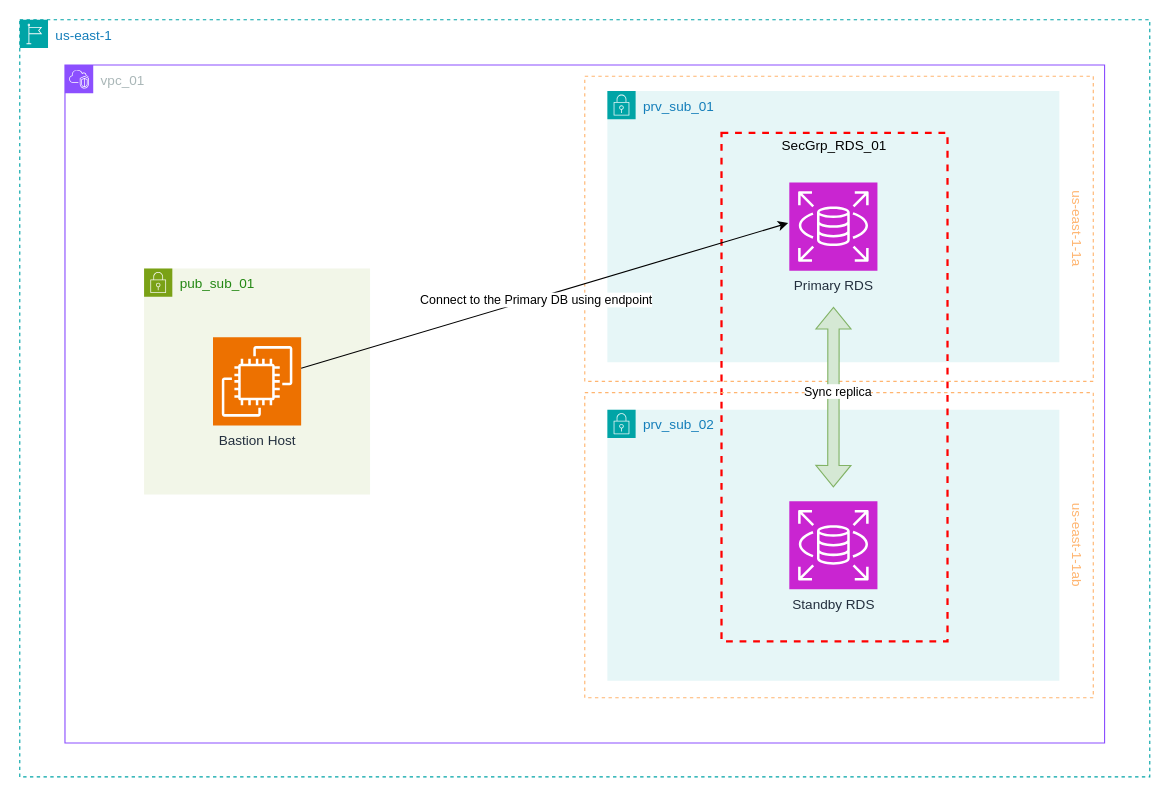
The draw.io diagram AWS_Demo/24-advancedRDSconfigs/advancedRDS.drawio in Mohamed-Eleraki/terraform, before the edit. Source tidied: cells renumbered, new cells numbered last; positions are measured from the earlier drawing's top-left corner, leaving out a move shared by most shapes. Both pictures are drawn from the tidied source at 113%, with x=0, y=0 at pixel (19, -26).
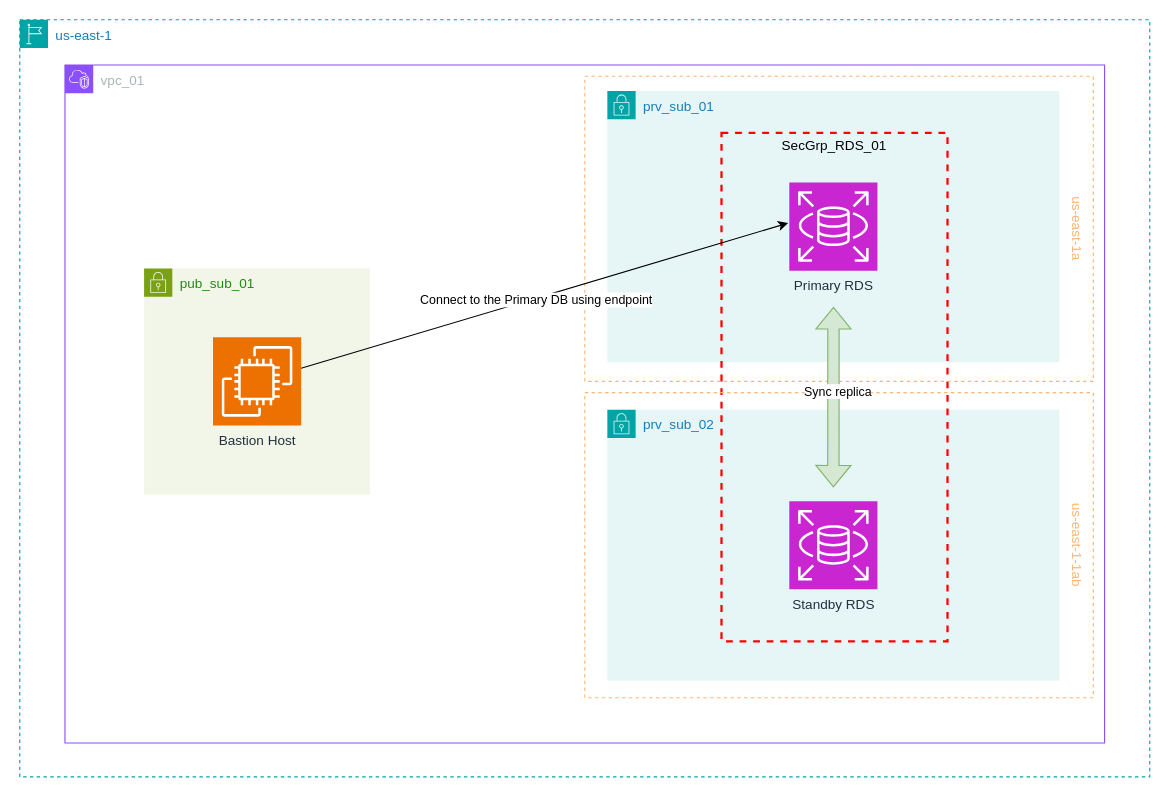
Above is the later version.

Diff of the diagram source:
```diff
@@
 <mxGraphModel>
   <root>
     <mxCell id="0" />
     <mxCell id="1" parent="0" />
     <mxCell id="2" value="us-east-1" style="gradientColor=none;html=1;whiteSpace=wrap;fontSize=12;fontStyle=0;shape=mxgraph.aws4.group;grIcon=mxgraph.aws4.group_region;strokeColor=#00A4A6;fillColor=none;verticalAlign=top;align=left;spacingLeft=30;fontColor=#147EBA;dashed=1;" parent="1" vertex="1">
       <mxGeometry y="40" width="1000" height="670" as="geometry" />
     </mxCell>
     <mxCell id="3" value="vpc_01" style="gradientColor=none;html=1;whiteSpace=wrap;fontSize=12;fontStyle=0;shape=mxgraph.aws4.group;grIcon=mxgraph.aws4.group_vpc2;strokeColor=#8C4FFF;fillColor=none;verticalAlign=top;align=left;spacingLeft=30;fontColor=#AAB7B8;dashed=0;" parent="2" vertex="1">
       <mxGeometry x="40" y="40" width="920" height="600" as="geometry" />
     </mxCell>
     <mxCell id="4" value="pub_sub_01" style="gradientColor=none;html=1;whiteSpace=wrap;fontSize=12;fontStyle=0;shape=mxgraph.aws4.group;grIcon=mxgraph.aws4.group_security_group;grStroke=0;strokeColor=#7AA116;fillColor=#F2F6E8;verticalAlign=top;align=left;spacingLeft=30;fontColor=#248814;dashed=0;" parent="3" vertex="1">
       <mxGeometry x="70" y="180" width="200" height="200" as="geometry" />
     </mxCell>
     <mxCell id="5" value="Bastion Host" style="sketch=0;points=[[0,0,0],[0.25,0,0],[0.5,0,0],[0.75,0,0],[1,0,0],[0,1,0],[0.25,1,0],[0.5,1,0],[0.75,1,0],[1,1,0],[0,0.25,0],[0,0.5,0],[0,0.75,0],[1,0.25,0],[1,0.5,0],[1,0.75,0]];outlineConnect=0;fontColor=#232F3E;fillColor=#ED7100;strokeColor=#ffffff;dashed=0;verticalLabelPosition=bottom;verticalAlign=top;align=center;html=1;fontSize=12;fontStyle=0;shape=mxgraph.aws4.resourceIcon;resIcon=mxgraph.aws4.ec2;" parent="4" vertex="1">
       <mxGeometry x="61" y="61" width="78" height="78" as="geometry" />
     </mxCell>
     <mxCell id="6" value="prv_sub_01" style="gradientColor=none;html=1;whiteSpace=wrap;fontSize=12;fontStyle=0;shape=mxgraph.aws4.group;grIcon=mxgraph.aws4.group_security_group;grStroke=0;strokeColor=#00A4A6;fillColor=#E6F6F7;verticalAlign=top;align=left;spacingLeft=30;fontColor=#147EBA;dashed=0;" parent="3" vertex="1">
       <mxGeometry x="480" y="23" width="400" height="240" as="geometry" />
     </mxCell>
     <mxCell id="7" value="Primary RDS" style="sketch=0;fontColor=#232F3E;fillColor=#C925D1;strokeColor=#ffffff;dashed=0;verticalLabelPosition=bottom;verticalAlign=top;align=center;html=1;fontSize=12;fontStyle=0;shape=mxgraph.aws4.resourceIcon;resIcon=mxgraph.aws4.rds;" parent="6" vertex="1">
       <mxGeometry x="161" y="81" width="78" height="78" as="geometry" />
     </mxCell>
     <mxCell id="8" value="prv_sub_02" style="gradientColor=none;html=1;whiteSpace=wrap;fontSize=12;fontStyle=0;shape=mxgraph.aws4.group;grIcon=mxgraph.aws4.group_security_group;grStroke=0;strokeColor=#00A4A6;fillColor=#E6F6F7;verticalAlign=top;align=left;spacingLeft=30;fontColor=#147EBA;dashed=0;" parent="3" vertex="1">
       <mxGeometry x="480" y="305" width="400" height="240" as="geometry" />
     </mxCell>
     <mxCell id="9" value="Standby RDS" style="sketch=0;fontColor=#232F3E;fillColor=#C925D1;strokeColor=#ffffff;dashed=0;verticalLabelPosition=bottom;verticalAlign=top;align=center;html=1;fontSize=12;fontStyle=0;shape=mxgraph.aws4.resourceIcon;resIcon=mxgraph.aws4.rds;" parent="8" vertex="1">
       <mxGeometry x="161" y="81" width="78" height="78" as="geometry" />
     </mxCell>
     <mxCell id="10" value="SecGrp_RDS_01" style="fontStyle=0;verticalAlign=top;align=center;spacingTop=-2;fillColor=none;rounded=0;whiteSpace=wrap;html=1;strokeColor=#FF0000;strokeWidth=2;dashed=1;" parent="8" vertex="1">
       <mxGeometry x="101" y="-245" width="200" height="450" as="geometry" />
     </mxCell>
-    <mxCell id="11" value="&lt;font color=&quot;#ffb570&quot;&gt;us-east-1-1a&lt;/font&gt;" style="fillColor=none;strokeColor=#FFB570;dashed=1;verticalAlign=top;fontStyle=0;fontColor=#147EBA;whiteSpace=wrap;html=1;rotation=90;" parent="3" vertex="1">
+    <mxCell id="11" value="&lt;font color=&quot;#ffb570&quot;&gt;us-east-1a&lt;/font&gt;" style="fillColor=none;strokeColor=#FFB570;dashed=1;verticalAlign=top;fontStyle=0;fontColor=#147EBA;whiteSpace=wrap;html=1;rotation=90;" parent="3" vertex="1">
       <mxGeometry x="550" y="-80" width="270" height="450" as="geometry" />
     </mxCell>
     <mxCell id="12" value="&lt;font color=&quot;#ffb570&quot;&gt;us-east-1-1ab&lt;/font&gt;" style="fillColor=none;strokeColor=#FFB570;dashed=1;verticalAlign=top;fontStyle=0;fontColor=#147EBA;whiteSpace=wrap;html=1;rotation=90;" parent="3" vertex="1">
       <mxGeometry x="550" y="200" width="270" height="450" as="geometry" />
     </mxCell>
     <mxCell id="13" style="endArrow=classic;html=1;rounded=0;entryX=0.481;entryY=0.6;entryDx=0;entryDy=0;entryPerimeter=0;" parent="3" edge="1" source="5" target="11">
       <mxGeometry relative="1" as="geometry" />
     </mxCell>
     <mxCell id="14" value="Connect to the Primary DB using endpoint" style="edgeLabel;html=1;align=center;verticalAlign=middle;" parent="13" vertex="1">
       <mxGeometry x="-0.04" y="-1" relative="1" as="geometry" />
     </mxCell>
     <mxCell id="15" style="shape=flexArrow;endArrow=classic;startArrow=classic;html=1;rounded=0;entryX=0.778;entryY=0.511;entryDx=0;entryDy=0;entryPerimeter=0;exitX=0.333;exitY=0.511;exitDx=0;exitDy=0;exitPerimeter=0;fillColor=#d5e8d4;strokeColor=#82b366;" parent="3" edge="1">
       <mxGeometry relative="1" as="geometry">
         <mxPoint x="680" y="373.9" as="sourcePoint" />
         <mxPoint x="680.1" y="214.1" as="targetPoint" />
       </mxGeometry>
     </mxCell>
     <mxCell id="16" value="Sync replica" style="edgeLabel;html=1;align=center;verticalAlign=middle;" parent="15" vertex="1">
       <mxGeometry x="0.06" y="-3" relative="1" as="geometry" />
     </mxCell>
   </root>
 </mxGraphModel>
```
